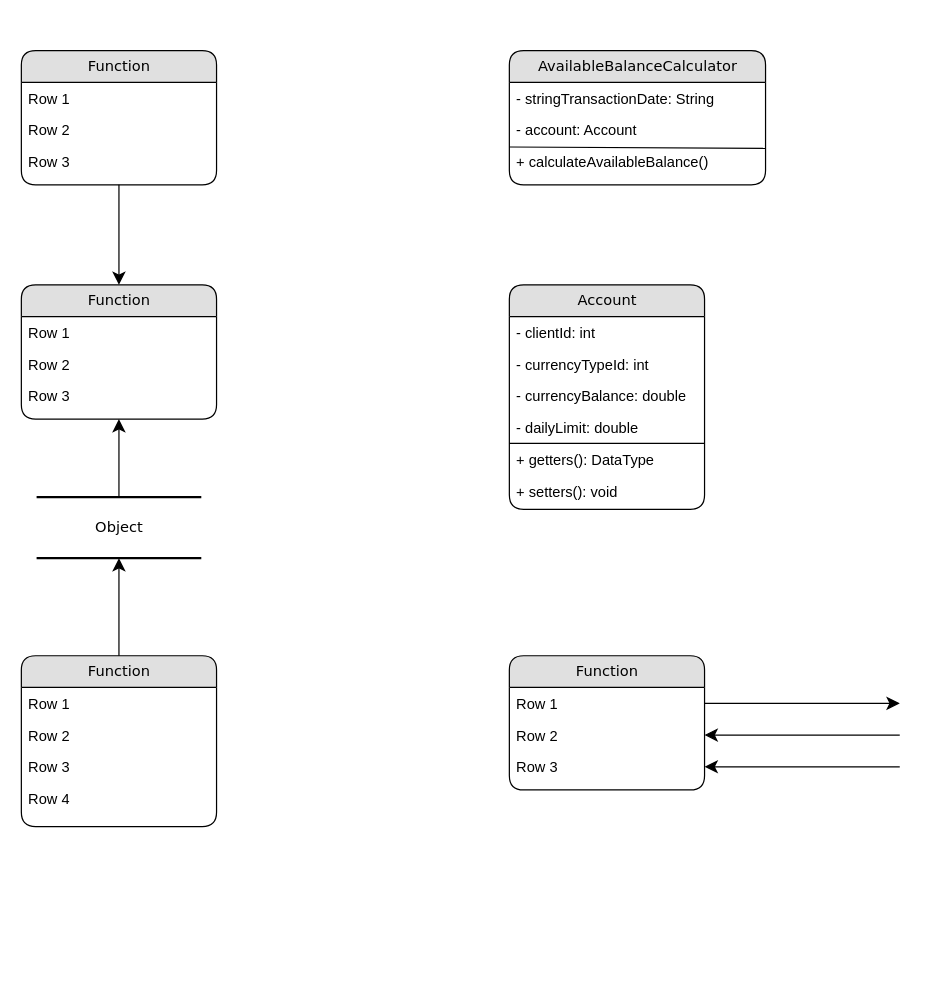
This is bank-for-pros-UML.drawio from jren-jane/bank-for-pros, a draw.io file, before an edit. Source tidied: cells renumbered, new cells numbered last; positions are measured from the earlier drawing's top-left corner, leaving out a move shared by most shapes. Both pictures are drawn from the tidied source at 122%, with x=0, y=0 at pixel (21, 50).
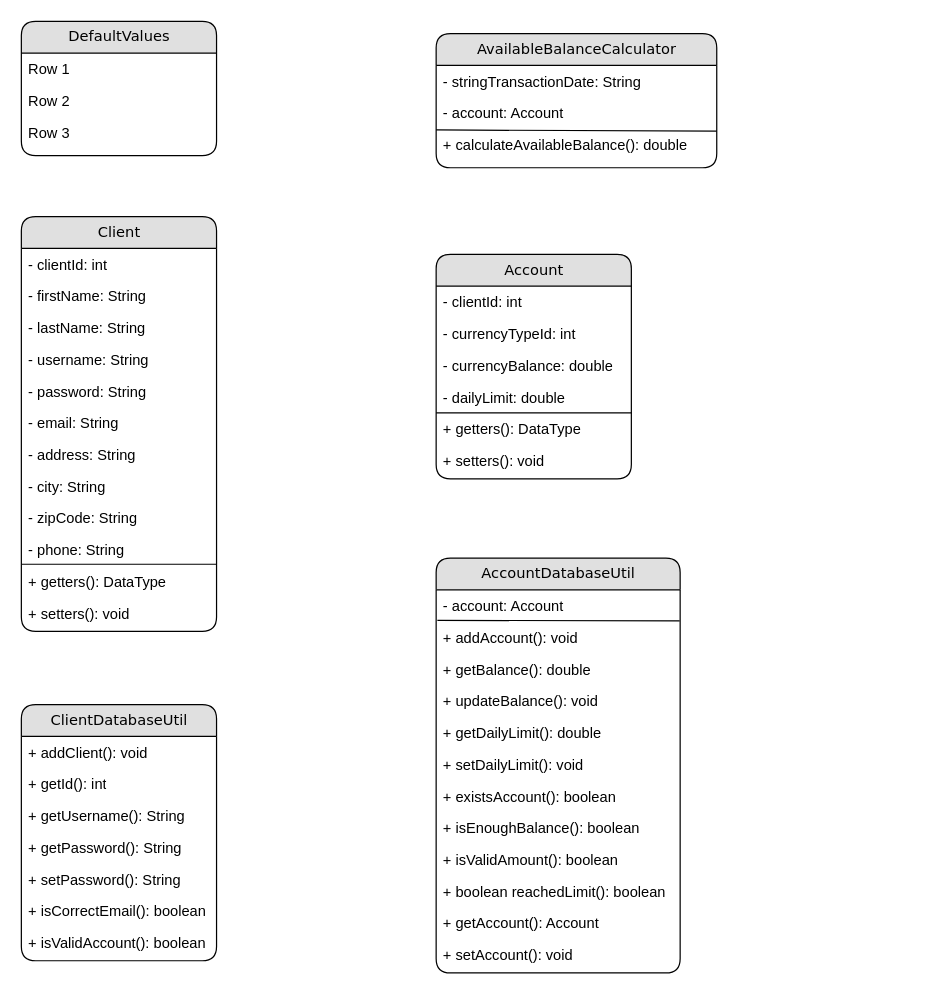
After the change.

Diff of the diagram source:
```diff
@@
-    <mxCell id="2" value="Object" style="html=1;rounded=0;shadow=0;comic=0;labelBackgroundColor=none;strokeWidth=2;fontFamily=Verdana;fontSize=12;align=center;shape=mxgraph.ios7ui.horLines;" parent="1" vertex="1">
-      <mxGeometry x="12.5" y="366" width="135" height="50" as="geometry" />
-    </mxCell>
-    <mxCell id="3" value="Function" style="swimlane;html=1;fontStyle=0;horizontal=1;startSize=26;fillColor=#e0e0e0;swimlaneFillColor=#ffffff;align=center;rounded=1;shadow=0;comic=0;labelBackgroundColor=none;strokeWidth=1;fontFamily=Verdana;fontSize=12;" parent="1" vertex="1">
-      <mxGeometry width="160" height="110" as="geometry" />
+    <mxCell id="3" value="DefaultValues" style="swimlane;html=1;fontStyle=0;horizontal=1;startSize=26;fillColor=#e0e0e0;swimlaneFillColor=#ffffff;align=center;rounded=1;shadow=0;comic=0;labelBackgroundColor=none;strokeWidth=1;fontFamily=Verdana;fontSize=12;" parent="1" vertex="1">
+      <mxGeometry y="-24" width="160" height="110" as="geometry" />
     </mxCell>
@@
     <mxCell id="7" value="AvailableBalanceCalculator" style="swimlane;html=1;fontStyle=0;horizontal=1;startSize=26;fillColor=#e0e0e0;swimlaneFillColor=#ffffff;align=center;rounded=1;shadow=0;comic=0;labelBackgroundColor=none;strokeWidth=1;fontFamily=Verdana;fontSize=12;" parent="1" vertex="1">
-      <mxGeometry x="400" width="210" height="110" as="geometry" />
+      <mxGeometry x="340" y="-14" width="230" height="110" as="geometry" />
     </mxCell>
     <mxCell id="8" value="- stringTransactionDate: String" style="text;html=1;strokeColor=none;fillColor=none;spacingLeft=4;spacingRight=4;whiteSpace=wrap;overflow=hidden;" parent="7" vertex="1">
-      <mxGeometry y="26" width="210" height="26" as="geometry" />
+      <mxGeometry y="26" width="230" height="26" as="geometry" />
     </mxCell>
     <mxCell id="9" value="- account: Account" style="text;html=1;strokeColor=none;fillColor=none;spacingLeft=4;spacingRight=4;whiteSpace=wrap;overflow=hidden;" parent="7" vertex="1">
-      <mxGeometry y="52" width="210" height="26" as="geometry" />
+      <mxGeometry y="52" width="230" height="26" as="geometry" />
     </mxCell>
-    <mxCell id="10" value="+ calculateAvailableBalance()" style="text;html=1;strokeColor=none;fillColor=none;spacingLeft=4;spacingRight=4;whiteSpace=wrap;overflow=hidden;points=[[0,0.5],[1,0.5]];portConstraint=eastwest;" parent="7" vertex="1">
-      <mxGeometry y="78" width="210" height="32" as="geometry" />
+    <mxCell id="10" value="+ calculateAvailableBalance(): double" style="text;html=1;strokeColor=none;fillColor=none;spacingLeft=4;spacingRight=4;whiteSpace=wrap;overflow=hidden;points=[[0,0.5],[1,0.5]];portConstraint=eastwest;" parent="7" vertex="1">
+      <mxGeometry y="78" width="230" height="32" as="geometry" />
     </mxCell>
@@
-    <mxCell id="12" value="Function" style="swimlane;html=1;fontStyle=0;horizontal=1;startSize=26;fillColor=#e0e0e0;swimlaneFillColor=#ffffff;align=center;rounded=1;shadow=0;comic=0;labelBackgroundColor=none;strokeWidth=1;fontFamily=Verdana;fontSize=12;" parent="1" vertex="1">
-      <mxGeometry y="192" width="160" height="110" as="geometry" />
+    <mxCell id="12" value="Client" style="swimlane;html=1;fontStyle=0;horizontal=1;startSize=26;fillColor=#e0e0e0;swimlaneFillColor=#ffffff;align=center;rounded=1;shadow=0;comic=0;labelBackgroundColor=none;strokeWidth=1;fontFamily=Verdana;fontSize=12;" parent="1" vertex="1">
+      <mxGeometry y="136" width="160" height="340" as="geometry" />
     </mxCell>
-    <mxCell id="13" value="Row 1" style="text;html=1;strokeColor=none;fillColor=none;spacingLeft=4;spacingRight=4;whiteSpace=wrap;overflow=hidden;" parent="12" vertex="1">
+    <mxCell id="13" value="- clientId: int" style="text;html=1;strokeColor=none;fillColor=none;spacingLeft=4;spacingRight=4;whiteSpace=wrap;overflow=hidden;" parent="12" vertex="1">
       <mxGeometry y="26" width="160" height="26" as="geometry" />
     </mxCell>
-    <mxCell id="14" value="Row 2" style="text;html=1;strokeColor=none;fillColor=none;spacingLeft=4;spacingRight=4;whiteSpace=wrap;overflow=hidden;" parent="12" vertex="1">
+    <mxCell id="14" value="- firstName: String" style="text;html=1;strokeColor=none;fillColor=none;spacingLeft=4;spacingRight=4;whiteSpace=wrap;overflow=hidden;" parent="12" vertex="1">
       <mxGeometry y="52" width="160" height="26" as="geometry" />
     </mxCell>
-    <mxCell id="15" value="Row 3" style="text;html=1;strokeColor=none;fillColor=none;spacingLeft=4;spacingRight=4;whiteSpace=wrap;overflow=hidden;" parent="12" vertex="1">
+    <mxCell id="15" value="- lastName: String" style="text;html=1;strokeColor=none;fillColor=none;spacingLeft=4;spacingRight=4;whiteSpace=wrap;overflow=hidden;" parent="12" vertex="1">
       <mxGeometry y="78" width="160" height="26" as="geometry" />
     </mxCell>
+    <mxCell id="39" value="- username: String" style="text;html=1;strokeColor=none;fillColor=none;spacingLeft=4;spacingRight=4;whiteSpace=wrap;overflow=hidden;" parent="12" vertex="1">
+      <mxGeometry y="104" width="160" height="26" as="geometry" />
+    </mxCell>
+    <mxCell id="40" value="- password: String" style="text;html=1;strokeColor=none;fillColor=none;spacingLeft=4;spacingRight=4;whiteSpace=wrap;overflow=hidden;" parent="12" vertex="1">
+      <mxGeometry y="130" width="160" height="26" as="geometry" />
+    </mxCell>
+    <mxCell id="41" value="- email: String" style="text;html=1;strokeColor=none;fillColor=none;spacingLeft=4;spacingRight=4;whiteSpace=wrap;overflow=hidden;" parent="12" vertex="1">
+      <mxGeometry y="156" width="160" height="26" as="geometry" />
+    </mxCell>
+    <mxCell id="42" value="- address: String" style="text;html=1;strokeColor=none;fillColor=none;spacingLeft=4;spacingRight=4;whiteSpace=wrap;overflow=hidden;" parent="12" vertex="1">
+      <mxGeometry y="182" width="160" height="26" as="geometry" />
+    </mxCell>
+    <mxCell id="43" value="- city: String" style="text;html=1;strokeColor=none;fillColor=none;spacingLeft=4;spacingRight=4;whiteSpace=wrap;overflow=hidden;" parent="12" vertex="1">
+      <mxGeometry y="208" width="160" height="26" as="geometry" />
+    </mxCell>
+    <mxCell id="44" value="- zipCode: String" style="text;html=1;strokeColor=none;fillColor=none;spacingLeft=4;spacingRight=4;whiteSpace=wrap;overflow=hidden;" parent="12" vertex="1">
+      <mxGeometry y="234" width="160" height="26" as="geometry" />
+    </mxCell>
+    <mxCell id="45" value="- phone: String" style="text;html=1;strokeColor=none;fillColor=none;spacingLeft=4;spacingRight=4;whiteSpace=wrap;overflow=hidden;" parent="12" vertex="1">
+      <mxGeometry y="260" width="160" height="26" as="geometry" />
+    </mxCell>
+    <mxCell id="46" value="+ getters(): DataType" style="text;html=1;strokeColor=none;fillColor=none;spacingLeft=4;spacingRight=4;whiteSpace=wrap;overflow=hidden;points=[[0,0.5],[1,0.5]];portConstraint=eastwest;" parent="12" vertex="1">
+      <mxGeometry y="286" width="160" height="26" as="geometry" />
+    </mxCell>
+    <mxCell id="47" value="+ setters(): void" style="text;html=1;strokeColor=none;fillColor=none;spacingLeft=4;spacingRight=4;whiteSpace=wrap;overflow=hidden;" parent="12" vertex="1">
+      <mxGeometry y="312" width="160" height="26" as="geometry" />
+    </mxCell>
+    <mxCell id="48" style="endArrow=none;html=1;exitX=0.002;exitY=-0.038;exitDx=0;exitDy=0;exitPerimeter=0;entryX=1;entryY=-0.038;entryDx=0;entryDy=0;entryPerimeter=0;" parent="12" edge="1" source="46" target="46">
+      <mxGeometry relative="1" as="geometry" />
+    </mxCell>
-    <mxCell id="16" value="Function" style="swimlane;html=1;fontStyle=0;horizontal=1;startSize=26;fillColor=#e0e0e0;swimlaneFillColor=#ffffff;align=center;rounded=1;shadow=0;comic=0;labelBackgroundColor=none;strokeWidth=1;fontFamily=Verdana;fontSize=12;" parent="1" vertex="1">
-      <mxGeometry y="496" width="160" height="140" as="geometry" />
+    <mxCell id="16" value="ClientDatabaseUtil" style="swimlane;html=1;fontStyle=0;horizontal=1;startSize=26;fillColor=#e0e0e0;swimlaneFillColor=#ffffff;align=center;rounded=1;shadow=0;comic=0;labelBackgroundColor=none;strokeWidth=1;fontFamily=Verdana;fontSize=12;" parent="1" vertex="1">
+      <mxGeometry y="536" width="160" height="210" as="geometry" />
     </mxCell>
-    <mxCell id="17" value="Row 1" style="text;html=1;strokeColor=none;fillColor=none;spacingLeft=4;spacingRight=4;whiteSpace=wrap;overflow=hidden;" parent="16" vertex="1">
+    <mxCell id="17" value="+ addClient(): void" style="text;html=1;strokeColor=none;fillColor=none;spacingLeft=4;spacingRight=4;whiteSpace=wrap;overflow=hidden;" parent="16" vertex="1">
       <mxGeometry y="26" width="160" height="26" as="geometry" />
     </mxCell>
-    <mxCell id="18" value="Row 2" style="text;html=1;strokeColor=none;fillColor=none;spacingLeft=4;spacingRight=4;whiteSpace=wrap;overflow=hidden;" parent="16" vertex="1">
+    <mxCell id="18" value="+ getId(): int" style="text;html=1;strokeColor=none;fillColor=none;spacingLeft=4;spacingRight=4;whiteSpace=wrap;overflow=hidden;" parent="16" vertex="1">
       <mxGeometry y="52" width="160" height="26" as="geometry" />
     </mxCell>
-    <mxCell id="19" value="Row 3" style="text;html=1;strokeColor=none;fillColor=none;spacingLeft=4;spacingRight=4;whiteSpace=wrap;overflow=hidden;" parent="16" vertex="1">
+    <mxCell id="19" value="+ getUsername(): String" style="text;html=1;strokeColor=none;fillColor=none;spacingLeft=4;spacingRight=4;whiteSpace=wrap;overflow=hidden;" parent="16" vertex="1">
       <mxGeometry y="78" width="160" height="26" as="geometry" />
     </mxCell>
-    <mxCell id="20" value="Row 4" style="text;html=1;strokeColor=none;fillColor=none;spacingLeft=4;spacingRight=4;whiteSpace=wrap;overflow=hidden;" parent="16" vertex="1">
+    <mxCell id="20" value="+ getPassword(): String" style="text;html=1;strokeColor=none;fillColor=none;spacingLeft=4;spacingRight=4;whiteSpace=wrap;overflow=hidden;" parent="16" vertex="1">
       <mxGeometry y="104" width="160" height="26" as="geometry" />
     </mxCell>
+    <mxCell id="49" value="+ setPassword(): String" style="text;html=1;strokeColor=none;fillColor=none;spacingLeft=4;spacingRight=4;whiteSpace=wrap;overflow=hidden;" parent="16" vertex="1">
+      <mxGeometry y="130" width="160" height="26" as="geometry" />
+    </mxCell>
+    <mxCell id="50" value="+ isCorrectEmail(): boolean" style="text;html=1;strokeColor=none;fillColor=none;spacingLeft=4;spacingRight=4;whiteSpace=wrap;overflow=hidden;" parent="16" vertex="1">
+      <mxGeometry y="156" width="160" height="26" as="geometry" />
+    </mxCell>
+    <mxCell id="51" value="+ isValidAccount(): boolean" style="text;html=1;strokeColor=none;fillColor=none;spacingLeft=4;spacingRight=4;whiteSpace=wrap;overflow=hidden;" parent="16" vertex="1">
+      <mxGeometry y="182" width="160" height="26" as="geometry" />
+    </mxCell>
     <mxCell id="21" value="Account" style="swimlane;html=1;fontStyle=0;horizontal=1;startSize=26;fillColor=#e0e0e0;swimlaneFillColor=#ffffff;align=center;rounded=1;shadow=0;comic=0;labelBackgroundColor=none;strokeWidth=1;fontFamily=Verdana;fontSize=12;" parent="1" vertex="1">
-      <mxGeometry x="400" y="192" width="160" height="184" as="geometry" />
+      <mxGeometry x="340" y="167" width="160" height="184" as="geometry" />
     </mxCell>
@@
-    <mxCell id="29" value="Function" style="swimlane;html=1;fontStyle=0;horizontal=1;startSize=26;fillColor=#e0e0e0;swimlaneFillColor=#ffffff;align=center;rounded=1;shadow=0;comic=0;labelBackgroundColor=none;strokeWidth=1;fontFamily=Verdana;fontSize=12;" parent="1" vertex="1">
-      <mxGeometry x="400" y="496" width="160" height="110" as="geometry" />
+    <mxCell id="29" value="AccountDatabaseUtil" style="swimlane;html=1;fontStyle=0;horizontal=1;startSize=26;fillColor=#e0e0e0;swimlaneFillColor=#ffffff;align=center;rounded=1;shadow=0;comic=0;labelBackgroundColor=none;strokeWidth=1;fontFamily=Verdana;fontSize=12;" parent="1" vertex="1">
+      <mxGeometry x="340" y="416" width="200" height="340" as="geometry" />
     </mxCell>
-    <mxCell id="30" value="Row 1" style="text;html=1;strokeColor=none;fillColor=none;spacingLeft=4;spacingRight=4;whiteSpace=wrap;overflow=hidden;points=[[0,0.5],[1,0.5]];portConstraint=eastwest;" parent="29" vertex="1">
-      <mxGeometry y="26" width="160" height="26" as="geometry" />
+    <mxCell id="30" value="- account: Account" style="text;html=1;strokeColor=none;fillColor=none;spacingLeft=4;spacingRight=4;whiteSpace=wrap;overflow=hidden;points=[[0,0.5],[1,0.5]];portConstraint=eastwest;" parent="29" vertex="1">
+      <mxGeometry y="26" width="200" height="26" as="geometry" />
     </mxCell>
-    <mxCell id="31" value="Row 2" style="text;html=1;strokeColor=none;fillColor=none;spacingLeft=4;spacingRight=4;whiteSpace=wrap;overflow=hidden;points=[[0,0.5],[1,0.5]];portConstraint=eastwest;" parent="29" vertex="1">
-      <mxGeometry y="52" width="160" height="26" as="geometry" />
+    <mxCell id="31" value="+ addAccount(): void" style="text;html=1;strokeColor=none;fillColor=none;spacingLeft=4;spacingRight=4;whiteSpace=wrap;overflow=hidden;points=[[0,0.5],[1,0.5]];portConstraint=eastwest;" parent="29" vertex="1">
+      <mxGeometry y="52" width="200" height="26" as="geometry" />
     </mxCell>
-    <mxCell id="32" value="Row 3" style="text;html=1;strokeColor=none;fillColor=none;spacingLeft=4;spacingRight=4;whiteSpace=wrap;overflow=hidden;points=[[0,0.5],[1,0.5]];portConstraint=eastwest;" parent="29" vertex="1">
-      <mxGeometry y="78" width="160" height="26" as="geometry" />
+    <mxCell id="32" value="+ getBalance(): double" style="text;html=1;strokeColor=none;fillColor=none;spacingLeft=4;spacingRight=4;whiteSpace=wrap;overflow=hidden;points=[[0,0.5],[1,0.5]];portConstraint=eastwest;" parent="29" vertex="1">
+      <mxGeometry y="78" width="200" height="26" as="geometry" />
     </mxCell>
-    <mxCell id="33" style="edgeStyle=none;html=1;labelBackgroundColor=none;startFill=0;startSize=8;endFill=1;endSize=8;fontFamily=Verdana;fontSize=12;" parent="1" edge="1" source="16" target="2">
-      <mxGeometry relative="1" as="geometry" />
-    </mxCell>
-    <mxCell id="34" style="edgeStyle=none;html=1;labelBackgroundColor=none;startFill=0;startSize=8;endFill=1;endSize=8;fontFamily=Verdana;fontSize=12;" parent="1" edge="1" source="2" target="12">
-      <mxGeometry relative="1" as="geometry" />
-    </mxCell>
-    <mxCell id="35" style="edgeStyle=orthogonalEdgeStyle;html=1;labelBackgroundColor=none;startFill=0;startSize=8;endFill=1;endSize=8;fontFamily=Verdana;fontSize=12;" parent="1" edge="1" source="3" target="12">
-      <mxGeometry relative="1" as="geometry" />
-    </mxCell>
-    <mxCell id="36" style="edgeStyle=orthogonalEdgeStyle;html=1;exitX=1;exitY=0.5;labelBackgroundColor=none;startFill=0;startSize=8;endFill=1;endSize=8;fontFamily=Verdana;fontSize=12;" parent="1" edge="1" source="30">
-      <mxGeometry relative="1" as="geometry">
-        <mxPoint x="720" y="535" as="targetPoint" />
-      </mxGeometry>
-    </mxCell>
-    <mxCell id="37" style="edgeStyle=orthogonalEdgeStyle;html=1;labelBackgroundColor=none;startFill=0;startSize=8;endFill=1;endSize=8;fontFamily=Verdana;fontSize=12;entryX=1;entryY=0.5;" parent="1" edge="1" target="31">
-      <mxGeometry relative="1" as="geometry">
-        <mxPoint x="720" y="561" as="sourcePoint" />
-        <Array as="points">
-          <mxPoint x="720" y="561" />
-        </Array>
-      </mxGeometry>
-    </mxCell>
-    <mxCell id="38" style="edgeStyle=orthogonalEdgeStyle;html=1;labelBackgroundColor=none;startFill=0;startSize=8;endFill=1;endSize=8;fontFamily=Verdana;fontSize=12;entryX=1;entryY=0.5;" parent="1" edge="1" target="32">
-      <mxGeometry relative="1" as="geometry">
-        <mxPoint x="720" y="587" as="sourcePoint" />
-        <Array as="points">
-          <mxPoint x="640" y="587" />
-          <mxPoint x="640" y="587" />
-        </Array>
-      </mxGeometry>
-    </mxCell>
+    <mxCell id="52" value="+ updateBalance(): void" style="text;html=1;strokeColor=none;fillColor=none;spacingLeft=4;spacingRight=4;whiteSpace=wrap;overflow=hidden;" parent="29" vertex="1">
+      <mxGeometry y="104" width="200" height="26" as="geometry" />
+    </mxCell>
+    <mxCell id="53" value="+ getDailyLimit(): double" style="text;html=1;strokeColor=none;fillColor=none;spacingLeft=4;spacingRight=4;whiteSpace=wrap;overflow=hidden;" parent="29" vertex="1">
+      <mxGeometry y="130" width="200" height="26" as="geometry" />
+    </mxCell>
+    <mxCell id="54" value="+ setDailyLimit(): void" style="text;html=1;strokeColor=none;fillColor=none;spacingLeft=4;spacingRight=4;whiteSpace=wrap;overflow=hidden;" parent="29" vertex="1">
+      <mxGeometry y="156" width="200" height="26" as="geometry" />
+    </mxCell>
+    <mxCell id="55" value="+ existsAccount(): boolean" style="text;html=1;strokeColor=none;fillColor=none;spacingLeft=4;spacingRight=4;whiteSpace=wrap;overflow=hidden;" parent="29" vertex="1">
+      <mxGeometry y="182" width="200" height="26" as="geometry" />
+    </mxCell>
+    <mxCell id="56" value="+ isEnoughBalance(): boolean" style="text;html=1;strokeColor=none;fillColor=none;spacingLeft=4;spacingRight=4;whiteSpace=wrap;overflow=hidden;" parent="29" vertex="1">
+      <mxGeometry y="208" width="200" height="26" as="geometry" />
+    </mxCell>
+    <mxCell id="57" value="+ isValidAmount(): boolean" style="text;html=1;strokeColor=none;fillColor=none;spacingLeft=4;spacingRight=4;whiteSpace=wrap;overflow=hidden;" parent="29" vertex="1">
+      <mxGeometry y="234" width="200" height="26" as="geometry" />
+    </mxCell>
+    <mxCell id="58" value="+ boolean reachedLimit(): boolean" style="text;html=1;strokeColor=none;fillColor=none;spacingLeft=4;spacingRight=4;whiteSpace=wrap;overflow=hidden;" parent="29" vertex="1">
+      <mxGeometry y="260" width="200" height="26" as="geometry" />
+    </mxCell>
+    <mxCell id="59" value="+ getAccount(): Account" style="text;html=1;strokeColor=none;fillColor=none;spacingLeft=4;spacingRight=4;whiteSpace=wrap;overflow=hidden;" parent="29" vertex="1">
+      <mxGeometry y="286" width="200" height="26" as="geometry" />
+    </mxCell>
+    <mxCell id="60" value="+ setAccount(): void" style="text;html=1;strokeColor=none;fillColor=none;spacingLeft=4;spacingRight=4;whiteSpace=wrap;overflow=hidden;" parent="29" vertex="1">
+      <mxGeometry y="312" width="200" height="28" as="geometry" />
+    </mxCell>
+    <mxCell id="61" style="endArrow=none;html=1;entryX=0.998;entryY=-0.023;entryDx=0;entryDy=0;entryPerimeter=0;" parent="29" edge="1" target="31">
+      <mxGeometry relative="1" as="geometry">
+        <mxPoint x="1" y="51" as="sourcePoint" />
+      </mxGeometry>
+    </mxCell>
```
